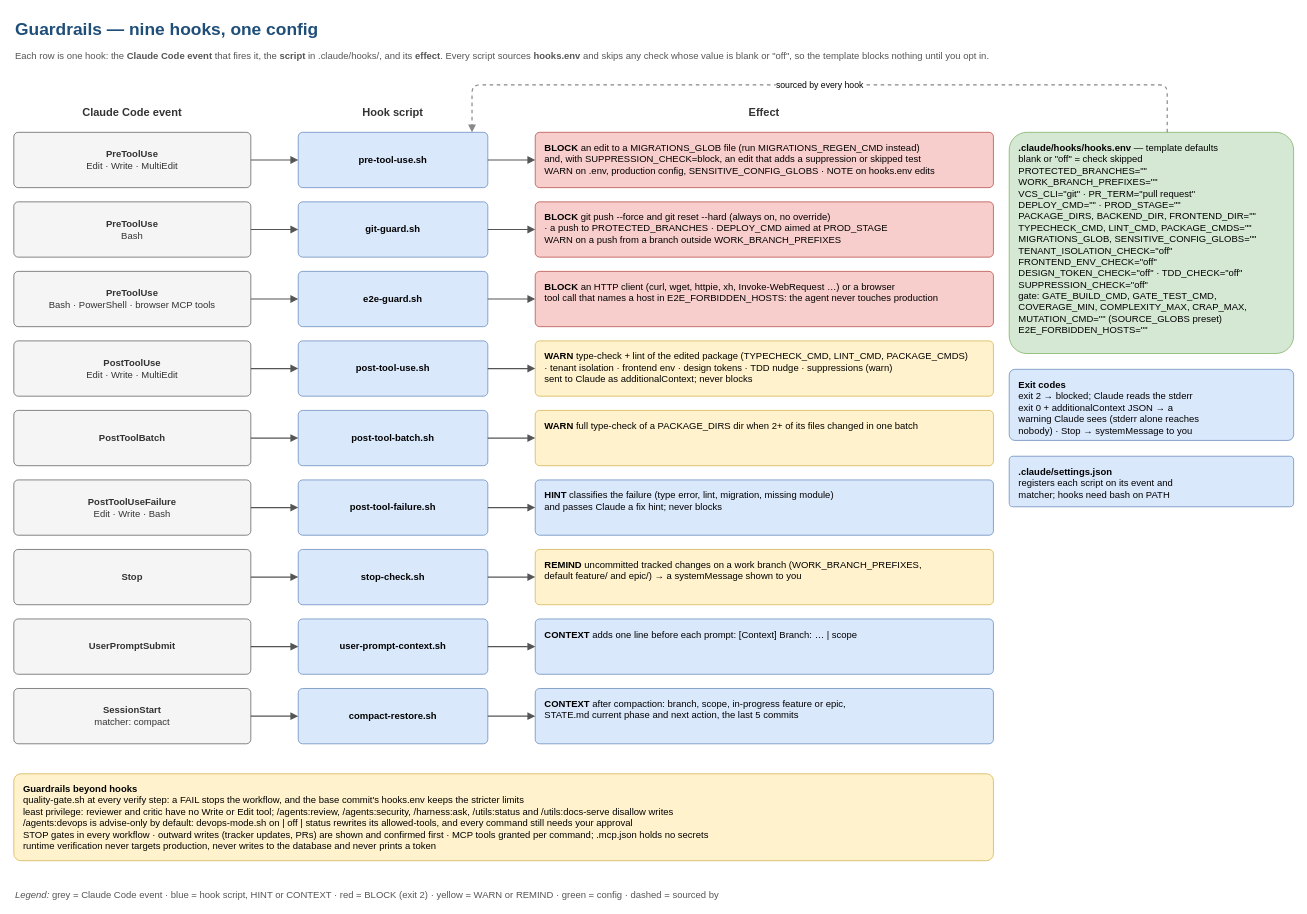
This is page "11 Guardrails" (11 of 12) of docs/harness-docs/diagrams/ai-dev-harness/ai-dev-harness.drawio from absjabed/ai-dev-harness, a draw.io file, before an edit. Source tidied: cells renumbered, new cells numbered last; positions are measured from the earlier drawing's top-left corner, leaving out a move shared by most shapes. Both pictures are drawn from the tidied source at 79%, with x=0, y=0 at pixel (13, 13).
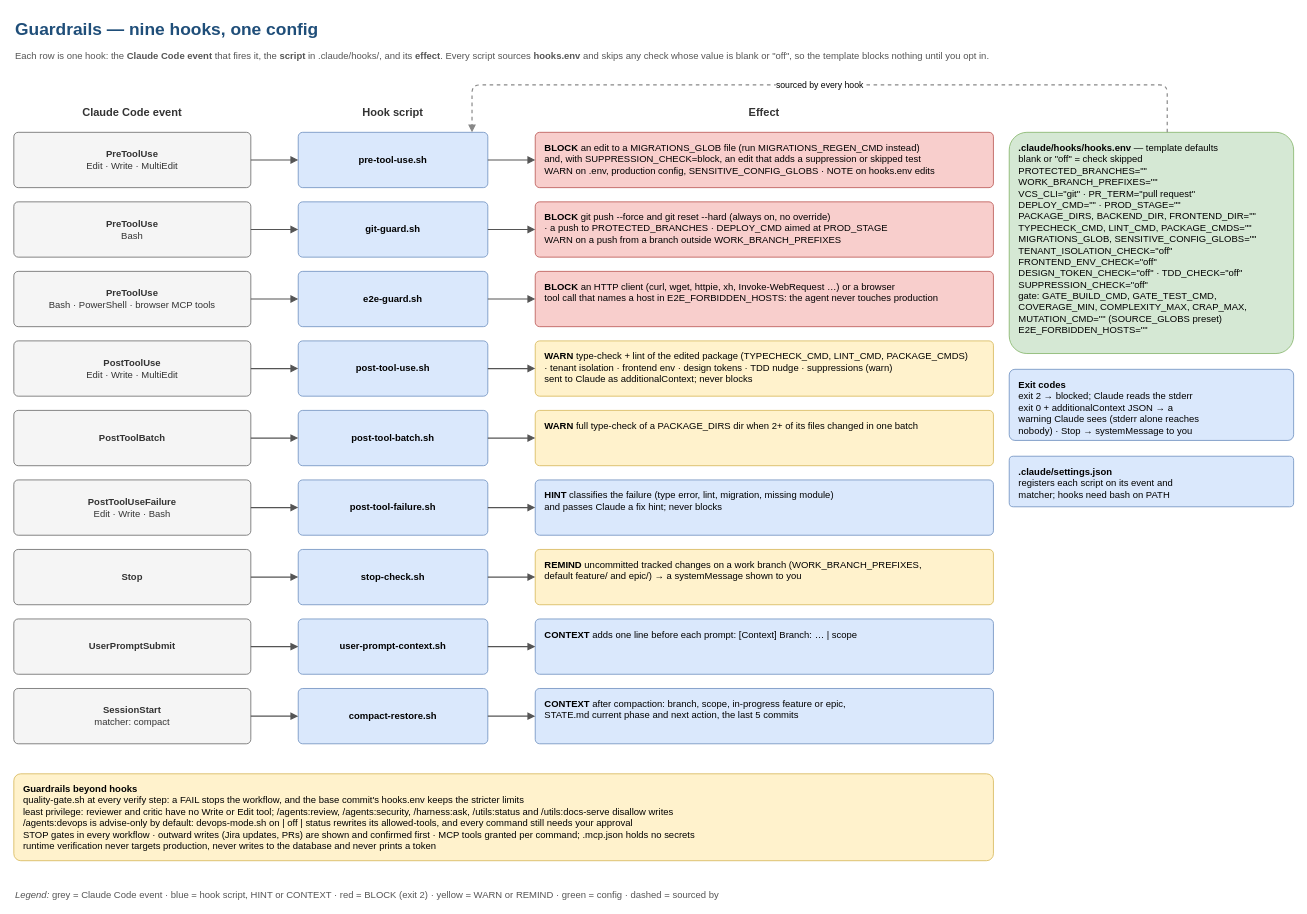
The same page after the edit.

What changed in the source:
```diff
@@
-    <mxCell id="37" value="&lt;b&gt;Guardrails beyond hooks&lt;/b&gt;&lt;br&gt;quality-gate.sh at every verify step: a FAIL stops the workflow, and the base commit's hooks.env keeps the stricter limits&lt;br&gt;least privilege: reviewer and critic have no Write or Edit tool; /agents:review, /agents:security, /harness:ask, /utils:status and /utils:docs-serve disallow writes&lt;br&gt;/agents:devops is advise-only by default: devops-mode.sh on | off | status rewrites its allowed-tools, and every command still needs your approval&lt;br&gt;STOP gates in every workflow · outward writes (tracker updates, PRs) are shown and confirmed first · MCP tools granted per command; .mcp.json holds no secrets&lt;br&gt;runtime verification never targets production, never writes to the database and never prints a token" style="rounded=1;arcSize=8;fillColor=#fff2cc;strokeColor=#d6b656;fontSize=12;html=1;whiteSpace=wrap;fontFamily=Helvetica;align=left;verticalAlign=top;spacingLeft=10;spacingTop=6;spacingRight=6;" parent="1" vertex="1">
+    <mxCell id="37" value="&lt;b&gt;Guardrails beyond hooks&lt;/b&gt;&lt;br&gt;quality-gate.sh at every verify step: a FAIL stops the workflow, and the base commit's hooks.env keeps the stricter limits&lt;br&gt;least privilege: reviewer and critic have no Write or Edit tool; /agents:review, /agents:security, /harness:ask, /utils:status and /utils:docs-serve disallow writes&lt;br&gt;/agents:devops is advise-only by default: devops-mode.sh on | off | status rewrites its allowed-tools, and every command still needs your approval&lt;br&gt;STOP gates in every workflow · outward writes (Jira updates, PRs) are shown and confirmed first · MCP tools granted per command; .mcp.json holds no secrets&lt;br&gt;runtime verification never targets production, never writes to the database and never prints a token" style="rounded=1;arcSize=8;fillColor=#fff2cc;strokeColor=#d6b656;fontSize=12;html=1;whiteSpace=wrap;fontFamily=Helvetica;align=left;verticalAlign=top;spacingLeft=10;spacingTop=6;spacingRight=6;" parent="1" vertex="1">
       <mxGeometry y="962" width="1240" height="110" as="geometry" />
     </mxCell>
```
